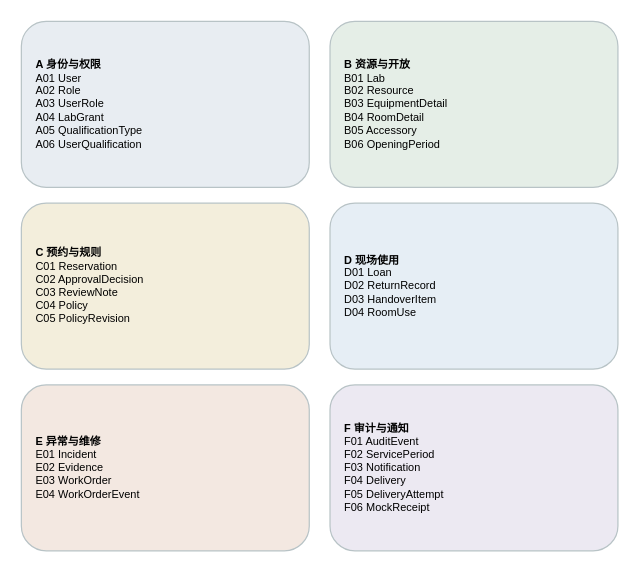
Before: models/图形源文件/图D-1-业务数据域导航.drawio in yvming67-gif/campus-lab-equipment-manager, a draw.io diagram. Source tidied: cells renumbered, new cells numbered last; positions are measured from the earlier drawing's top-left corner, leaving out a move shared by most shapes. Both pictures are drawn from the tidied source at 122%, with x=0, y=0 at pixel (21, 21).
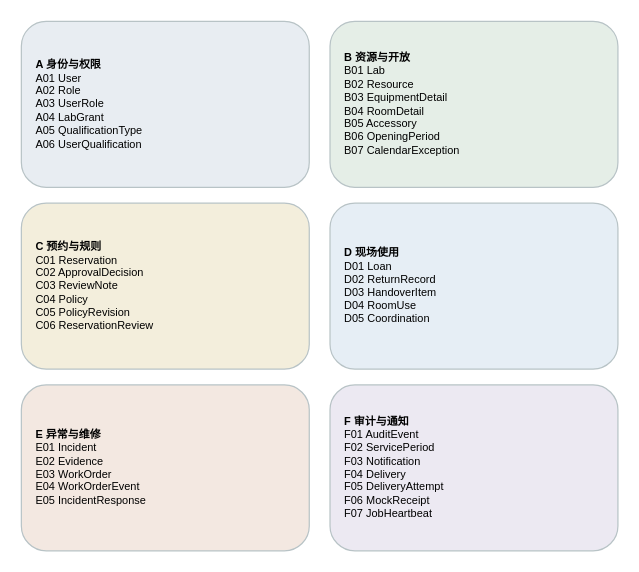
After the change.

What changed in the source:
```diff
@@
 <mxGraphModel>
   <root>
     <mxCell id="0" />
     <mxCell id="1" parent="0" />
     <mxCell id="2" value="&lt;b&gt;A 身份与权限&lt;/b&gt;&lt;br/&gt;A01 User&lt;br/&gt;A02 Role&lt;br/&gt;A03 UserRole&lt;br/&gt;A04 LabGrant&lt;br/&gt;A05 QualificationType&lt;br/&gt;A06 UserQualification" style="rounded=1;html=1;align=left;spacing=12;fontFamily=Microsoft YaHei;fontSize=9;fillColor=#e8edf2;strokeColor=#b8c3c6;" parent="1" vertex="1">
       <mxGeometry width="236" height="136" as="geometry" />
     </mxCell>
-    <mxCell id="3" value="&lt;b&gt;B 资源与开放&lt;/b&gt;&lt;br/&gt;B01 Lab&lt;br/&gt;B02 Resource&lt;br/&gt;B03 EquipmentDetail&lt;br/&gt;B04 RoomDetail&lt;br/&gt;B05 Accessory&lt;br/&gt;B06 OpeningPeriod" style="rounded=1;html=1;align=left;spacing=12;fontFamily=Microsoft YaHei;fontSize=9;fillColor=#e5eee7;strokeColor=#b8c3c6;" parent="1" vertex="1">
+    <mxCell id="3" value="&lt;b&gt;B 资源与开放&lt;/b&gt;&lt;br/&gt;B01 Lab&lt;br/&gt;B02 Resource&lt;br/&gt;B03 EquipmentDetail&lt;br/&gt;B04 RoomDetail&lt;br/&gt;B05 Accessory&lt;br/&gt;B06 OpeningPeriod&lt;br/&gt;B07 CalendarException" style="rounded=1;html=1;align=left;spacing=12;fontFamily=Microsoft YaHei;fontSize=9;fillColor=#e5eee7;strokeColor=#b8c3c6;" parent="1" vertex="1">
       <mxGeometry x="253" width="236" height="136" as="geometry" />
     </mxCell>
-    <mxCell id="4" value="&lt;b&gt;C 预约与规则&lt;/b&gt;&lt;br/&gt;C01 Reservation&lt;br/&gt;C02 ApprovalDecision&lt;br/&gt;C03 ReviewNote&lt;br/&gt;C04 Policy&lt;br/&gt;C05 PolicyRevision" style="rounded=1;html=1;align=left;spacing=12;fontFamily=Microsoft YaHei;fontSize=9;fillColor=#f3eedc;strokeColor=#b8c3c6;" parent="1" vertex="1">
+    <mxCell id="4" value="&lt;b&gt;C 预约与规则&lt;/b&gt;&lt;br/&gt;C01 Reservation&lt;br/&gt;C02 ApprovalDecision&lt;br/&gt;C03 ReviewNote&lt;br/&gt;C04 Policy&lt;br/&gt;C05 PolicyRevision&lt;br/&gt;C06 ReservationReview" style="rounded=1;html=1;align=left;spacing=12;fontFamily=Microsoft YaHei;fontSize=9;fillColor=#f3eedc;strokeColor=#b8c3c6;" parent="1" vertex="1">
       <mxGeometry y="149" width="236" height="136" as="geometry" />
     </mxCell>
-    <mxCell id="5" value="&lt;b&gt;D 现场使用&lt;/b&gt;&lt;br/&gt;D01 Loan&lt;br/&gt;D02 ReturnRecord&lt;br/&gt;D03 HandoverItem&lt;br/&gt;D04 RoomUse" style="rounded=1;html=1;align=left;spacing=12;fontFamily=Microsoft YaHei;fontSize=9;fillColor=#e6eef5;strokeColor=#b8c3c6;" parent="1" vertex="1">
+    <mxCell id="5" value="&lt;b&gt;D 现场使用&lt;/b&gt;&lt;br/&gt;D01 Loan&lt;br/&gt;D02 ReturnRecord&lt;br/&gt;D03 HandoverItem&lt;br/&gt;D04 RoomUse&lt;br/&gt;D05 Coordination" style="rounded=1;html=1;align=left;spacing=12;fontFamily=Microsoft YaHei;fontSize=9;fillColor=#e6eef5;strokeColor=#b8c3c6;" parent="1" vertex="1">
       <mxGeometry x="253" y="149" width="236" height="136" as="geometry" />
     </mxCell>
-    <mxCell id="6" value="&lt;b&gt;E 异常与维修&lt;/b&gt;&lt;br/&gt;E01 Incident&lt;br/&gt;E02 Evidence&lt;br/&gt;E03 WorkOrder&lt;br/&gt;E04 WorkOrderEvent" style="rounded=1;html=1;align=left;spacing=12;fontFamily=Microsoft YaHei;fontSize=9;fillColor=#f3e8e1;strokeColor=#b8c3c6;" parent="1" vertex="1">
+    <mxCell id="6" value="&lt;b&gt;E 异常与维修&lt;/b&gt;&lt;br/&gt;E01 Incident&lt;br/&gt;E02 Evidence&lt;br/&gt;E03 WorkOrder&lt;br/&gt;E04 WorkOrderEvent&lt;br/&gt;E05 IncidentResponse" style="rounded=1;html=1;align=left;spacing=12;fontFamily=Microsoft YaHei;fontSize=9;fillColor=#f3e8e1;strokeColor=#b8c3c6;" parent="1" vertex="1">
       <mxGeometry y="298" width="236" height="136" as="geometry" />
     </mxCell>
-    <mxCell id="7" value="&lt;b&gt;F 审计与通知&lt;/b&gt;&lt;br/&gt;F01 AuditEvent&lt;br/&gt;F02 ServicePeriod&lt;br/&gt;F03 Notification&lt;br/&gt;F04 Delivery&lt;br/&gt;F05 DeliveryAttempt&lt;br/&gt;F06 MockReceipt" style="rounded=1;html=1;align=left;spacing=12;fontFamily=Microsoft YaHei;fontSize=9;fillColor=#ece9f2;strokeColor=#b8c3c6;" parent="1" vertex="1">
+    <mxCell id="7" value="&lt;b&gt;F 审计与通知&lt;/b&gt;&lt;br/&gt;F01 AuditEvent&lt;br/&gt;F02 ServicePeriod&lt;br/&gt;F03 Notification&lt;br/&gt;F04 Delivery&lt;br/&gt;F05 DeliveryAttempt&lt;br/&gt;F06 MockReceipt&lt;br/&gt;F07 JobHeartbeat" style="rounded=1;html=1;align=left;spacing=12;fontFamily=Microsoft YaHei;fontSize=9;fillColor=#ece9f2;strokeColor=#b8c3c6;" parent="1" vertex="1">
       <mxGeometry x="253" y="298" width="236" height="136" as="geometry" />
     </mxCell>
   </root>
 </mxGraphModel>
```
